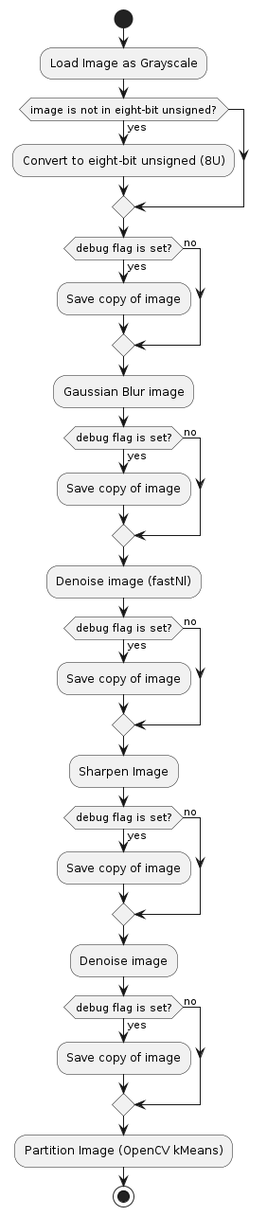
mrobbeloth/obstruction-preprocessor-service keeps this PlantUML diagram as design/preprocessing_activity_flow.png. Above is the earlier version.
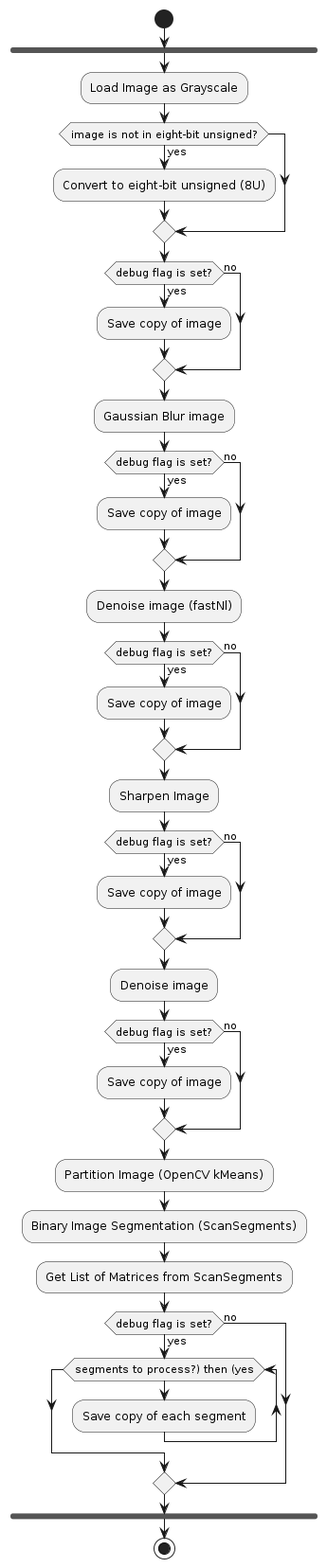
Above is the later version.

Commit message:
Add segmentation and saving of segments

Change to the diagram source:
```diff
@@ -1,5 +1,6 @@
 @startuml
 start
+fork
 :Load Image as Grayscale;
 if (image is not in eight-bit unsigned?) then (yes)
     :Convert to eight-bit unsigned (8U);
@@ -29,5 +30,14 @@
 else (no)
 endif
 :Partition Image (OpenCV kMeans);
+:Binary Image Segmentation (ScanSegments);
+:Get List of Matrices from ScanSegments;
+if (debug flag is set?) then (yes)
+    while (segments to process?) then (yes)
+        :Save copy of each segment;
+    endwhile
+else (no)
+endif
+end fork
 stop
 @enduml
```
